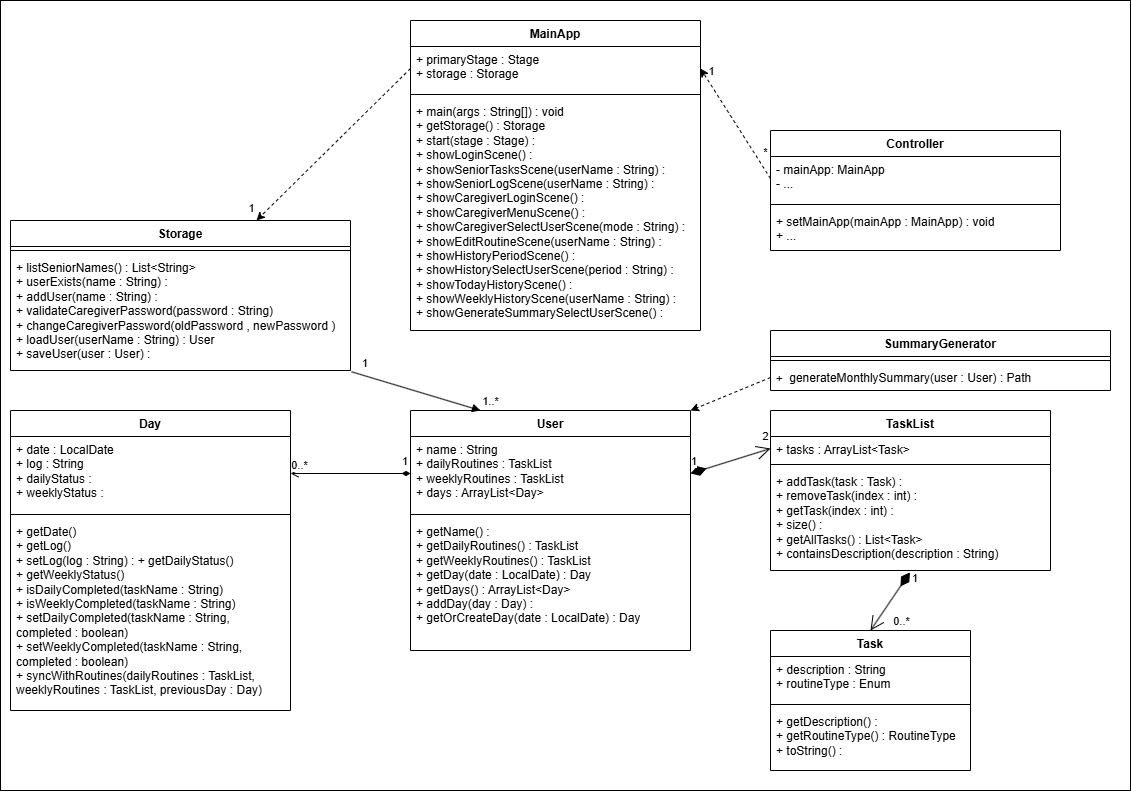
Before: docs/images/Class Diagram.png, a diagram exported from draw.io (TEC-wert11/tp-refork). Source tidied: cells renumbered, new cells last; positions are measured from the earlier drawing's top-left corner, leaving out a move shared by most shapes.
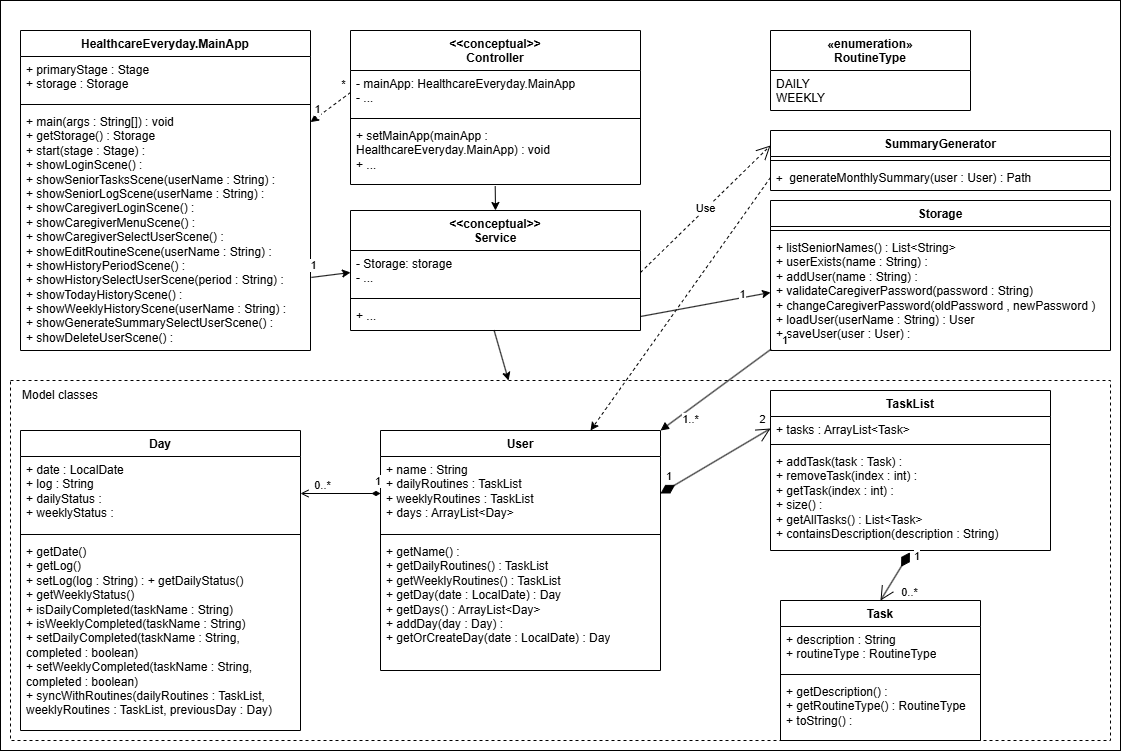
The same diagram one commit later.

Commit message:
Updated class diagram and usecase diagram

The edit, as a diff of the source:
```diff
@@ -3,10 +3,13 @@
     <mxCell id="0" />
     <mxCell id="1" parent="0" />
     <mxCell id="2" style="whiteSpace=wrap;html=1;" parent="1" vertex="1">
-      <mxGeometry width="1130" height="790" as="geometry" />
+      <mxGeometry x="-10" y="-70" width="1120" height="750" as="geometry" />
     </mxCell>
+    <mxCell id="48" style="rounded=0;whiteSpace=wrap;html=1;fillColor=none;dashed=1;" parent="1" vertex="1">
+      <mxGeometry y="310" width="1100" height="360" as="geometry" />
+    </mxCell>
     <mxCell id="3" value="User" style="swimlane;fontStyle=1;align=center;verticalAlign=top;horizontal=1;startSize=26;whiteSpace=wrap;html=1;" parent="1" vertex="1">
-      <mxGeometry x="410" y="410" width="280" height="240" as="geometry" />
+      <mxGeometry x="370" y="360" width="280" height="240" as="geometry" />
     </mxCell>
     <mxCell id="4" value="+&amp;nbsp;&lt;span style=&quot;background-color: transparent;&quot;&gt;name : String&lt;/span&gt;&lt;div&gt;+ dailyRoutines : TaskList&lt;/div&gt;&lt;div&gt;+ weeklyRoutines : TaskList&lt;/div&gt;&lt;span style=&quot;background-color: transparent;&quot;&gt;+ days : ArrayList&amp;lt;Day&amp;gt;&lt;/span&gt;&amp;nbsp;" style="text;strokeColor=none;fillColor=none;align=left;verticalAlign=top;spacingLeft=4;spacingRight=4;overflow=hidden;points=[[0,0.5],[1,0.5]];portConstraint=eastwest;whiteSpace=wrap;html=1;" parent="3" vertex="1">
       <mxGeometry y="26" width="280" height="74" as="geometry" />
@@ -18,9 +21,9 @@
       <mxGeometry y="108" width="280" height="132" as="geometry" />
     </mxCell>
     <mxCell id="7" value="Task" style="swimlane;fontStyle=1;align=center;verticalAlign=top;horizontal=1;startSize=26;whiteSpace=wrap;html=1;" parent="1" vertex="1">
-      <mxGeometry x="770" y="630" width="200" height="140" as="geometry" />
+      <mxGeometry x="770" y="530" width="200" height="140" as="geometry" />
     </mxCell>
-    <mxCell id="8" value="&lt;div&gt;+ description : String&lt;/div&gt;&lt;div&gt;+ routineType : Enum&lt;/div&gt;" style="text;strokeColor=none;fillColor=none;align=left;verticalAlign=top;spacingLeft=4;spacingRight=4;overflow=hidden;whiteSpace=wrap;html=1;" parent="7" vertex="1">
+    <mxCell id="8" value="&lt;div&gt;+ description : String&lt;/div&gt;&lt;div&gt;+ routineType : RoutineType&lt;/div&gt;" style="text;strokeColor=none;fillColor=none;align=left;verticalAlign=top;spacingLeft=4;spacingRight=4;overflow=hidden;whiteSpace=wrap;html=1;" parent="7" vertex="1">
       <mxGeometry y="26" width="200" height="44" as="geometry" />
     </mxCell>
     <mxCell id="9" style="line;strokeWidth=1;fillColor=none;align=left;verticalAlign=middle;spacingTop=-1;spacingLeft=3;spacingRight=3;labelPosition=right;strokeColor=inherit;" parent="7" vertex="1">
@@ -30,7 +33,7 @@
       <mxGeometry y="78" width="200" height="62" as="geometry" />
     </mxCell>
     <mxCell id="11" value="TaskList" style="swimlane;fontStyle=1;align=center;verticalAlign=top;horizontal=1;startSize=26;whiteSpace=wrap;html=1;" parent="1" vertex="1">
-      <mxGeometry x="770" y="410" width="280" height="160" as="geometry" />
+      <mxGeometry x="760" y="320" width="280" height="160" as="geometry" />
     </mxCell>
     <mxCell id="12" value="&lt;div&gt;+&amp;nbsp;tasks : ArrayList&amp;lt;Task&amp;gt;&lt;/div&gt;" style="text;strokeColor=none;fillColor=none;align=left;verticalAlign=top;spacingLeft=4;spacingRight=4;overflow=hidden;points=[[0,0.5],[1,0.5]];portConstraint=eastwest;whiteSpace=wrap;html=1;" parent="11" vertex="1">
       <mxGeometry y="26" width="280" height="24" as="geometry" />
@@ -42,7 +45,7 @@
       <mxGeometry y="58" width="280" height="102" as="geometry" />
     </mxCell>
     <mxCell id="15" value="Day" style="swimlane;fontStyle=1;align=center;verticalAlign=top;horizontal=1;startSize=26;whiteSpace=wrap;html=1;" parent="1" vertex="1">
-      <mxGeometry x="10" y="410" width="280" height="300" as="geometry" />
+      <mxGeometry x="10" y="360" width="280" height="300" as="geometry" />
     </mxCell>
     <mxCell id="16" value="&lt;div&gt;+ date : LocalDate&lt;/div&gt;&lt;div&gt;+ log : String&lt;/div&gt;&lt;div&gt;+ dailyStatus :&amp;nbsp;&lt;/div&gt;&lt;div&gt;+ weeklyStatus :&amp;nbsp;&lt;/div&gt;" style="text;strokeColor=none;fillColor=none;align=left;verticalAlign=top;spacingLeft=4;spacingRight=4;overflow=hidden;points=[[0,0.5],[1,0.5]];portConstraint=eastwest;whiteSpace=wrap;html=1;" parent="15" vertex="1">
       <mxGeometry y="26" width="280" height="74" as="geometry" />
@@ -54,7 +57,7 @@
       <mxGeometry y="108" width="280" height="192" as="geometry" />
     </mxCell>
     <mxCell id="19" value="Storage" style="swimlane;fontStyle=1;align=center;verticalAlign=top;horizontal=1;startSize=26;whiteSpace=wrap;html=1;" parent="1" vertex="1">
-      <mxGeometry x="10" y="220" width="340" height="150" as="geometry" />
+      <mxGeometry x="760" y="130" width="340" height="150" as="geometry" />
     </mxCell>
     <mxCell id="20" style="line;strokeWidth=1;fillColor=none;align=left;verticalAlign=middle;spacingTop=-1;spacingLeft=3;spacingRight=3;labelPosition=right;strokeColor=inherit;" parent="19" vertex="1">
       <mxGeometry y="26" width="340" height="8" as="geometry" />
@@ -63,7 +66,7 @@
       <mxGeometry y="34" width="340" height="116" as="geometry" />
     </mxCell>
     <mxCell id="22" value="SummaryGenerator" style="swimlane;fontStyle=1;align=center;verticalAlign=top;horizontal=1;startSize=26;whiteSpace=wrap;html=1;" parent="1" vertex="1">
-      <mxGeometry x="770" y="330" width="340" height="60" as="geometry" />
+      <mxGeometry x="760" y="60" width="340" height="60" as="geometry" />
     </mxCell>
     <mxCell id="23" style="line;strokeWidth=1;fillColor=none;align=left;verticalAlign=middle;spacingTop=-1;spacingLeft=3;spacingRight=3;labelPosition=right;strokeColor=inherit;" parent="22" vertex="1">
       <mxGeometry y="26" width="340" height="8" as="geometry" />
@@ -71,8 +74,8 @@
     <mxCell id="24" value="&lt;font face=&quot;monospace&quot;&gt;+&amp;nbsp;&lt;/font&gt;generateMonthlySummary(user : User) : Path" style="text;strokeColor=none;fillColor=none;align=left;verticalAlign=top;spacingLeft=4;spacingRight=4;overflow=hidden;points=[[0,0.5],[1,0.5]];portConstraint=eastwest;whiteSpace=wrap;html=1;" parent="22" vertex="1">
       <mxGeometry y="34" width="340" height="26" as="geometry" />
     </mxCell>
-    <mxCell id="25" value="MainApp" style="swimlane;fontStyle=1;align=center;verticalAlign=top;horizontal=1;startSize=26;whiteSpace=wrap;html=1;" parent="1" vertex="1">
-      <mxGeometry x="410" y="20" width="290" height="310" as="geometry" />
+    <mxCell id="25" value="HealthcareEveryday.MainApp" style="swimlane;fontStyle=1;align=center;verticalAlign=top;horizontal=1;startSize=26;whiteSpace=wrap;html=1;" parent="1" vertex="1">
+      <mxGeometry x="10" y="-40" width="290" height="320" as="geometry" />
     </mxCell>
     <mxCell id="26" value="&lt;div&gt;+ primaryStage : Stage&lt;/div&gt;&lt;div&gt;+ storage : Storage&lt;/div&gt;" style="text;strokeColor=none;fillColor=none;align=left;verticalAlign=top;spacingLeft=4;spacingRight=4;overflow=hidden;points=[[0,0.5],[1,0.5]];portConstraint=eastwest;whiteSpace=wrap;html=1;" parent="25" vertex="1">
       <mxGeometry y="26" width="290" height="44" as="geometry" />
@@ -80,20 +83,20 @@
     <mxCell id="27" style="line;strokeWidth=1;fillColor=none;align=left;verticalAlign=middle;spacingTop=-1;spacingLeft=3;spacingRight=3;labelPosition=right;strokeColor=inherit;" parent="25" vertex="1">
       <mxGeometry y="70" width="290" height="8" as="geometry" />
     </mxCell>
-    <mxCell id="28" value="&lt;div&gt;+ main(args : String[]) : void&lt;/div&gt;&lt;div&gt;+ getStorage() : Storage&lt;/div&gt;&lt;div&gt;+ start(stage : Stage) :&amp;nbsp;&lt;/div&gt;&lt;div&gt;+ showLoginScene() :&amp;nbsp;&lt;/div&gt;&lt;div&gt;+ showSeniorTasksScene(userName : String) :&amp;nbsp;&lt;/div&gt;&lt;div&gt;+ showSeniorLogScene(userName : String) :&amp;nbsp;&lt;/div&gt;&lt;div&gt;+ showCaregiverLoginScene() :&amp;nbsp;&lt;/div&gt;&lt;div&gt;+ showCaregiverMenuScene() :&amp;nbsp;&lt;/div&gt;&lt;div&gt;+ showCaregiverSelectUserScene(mode : String) :&amp;nbsp;&lt;/div&gt;&lt;div&gt;+ showEditRoutineScene(userName : String) :&amp;nbsp;&lt;/div&gt;&lt;div&gt;+ showHistoryPeriodScene() :&amp;nbsp;&lt;/div&gt;&lt;div&gt;+ showHistorySelectUserScene(period : String) :&amp;nbsp;&lt;/div&gt;&lt;div&gt;+ showTodayHistoryScene() :&amp;nbsp;&lt;/div&gt;&lt;div&gt;+ showWeeklyHistoryScene(userName : String) :&amp;nbsp;&lt;/div&gt;&lt;div&gt;+ showGenerateSummarySelectUserScene() :&amp;nbsp;&lt;/div&gt;" style="text;strokeColor=none;fillColor=none;align=left;verticalAlign=top;spacingLeft=4;spacingRight=4;overflow=hidden;points=[[0,0.5],[1,0.5]];portConstraint=eastwest;whiteSpace=wrap;html=1;" parent="25" vertex="1">
-      <mxGeometry y="78" width="290" height="232" as="geometry" />
+    <mxCell id="28" value="&lt;div&gt;+ main(args : String[]) : void&lt;/div&gt;&lt;div&gt;+ getStorage() : Storage&lt;/div&gt;&lt;div&gt;+ start(stage : Stage) :&amp;nbsp;&lt;/div&gt;&lt;div&gt;+ showLoginScene() :&amp;nbsp;&lt;/div&gt;&lt;div&gt;+ showSeniorTasksScene(userName : String) :&amp;nbsp;&lt;/div&gt;&lt;div&gt;+ showSeniorLogScene(userName : String) :&amp;nbsp;&lt;/div&gt;&lt;div&gt;+ showCaregiverLoginScene() :&amp;nbsp;&lt;/div&gt;&lt;div&gt;+ showCaregiverMenuScene() :&amp;nbsp;&lt;/div&gt;&lt;div&gt;+ showCaregiverSelectUserScene() :&amp;nbsp;&lt;/div&gt;&lt;div&gt;+ showEditRoutineScene(userName : String) :&amp;nbsp;&lt;/div&gt;&lt;div&gt;+ showHistoryPeriodScene() :&amp;nbsp;&lt;/div&gt;&lt;div&gt;+ showHistorySelectUserScene(period : String) :&amp;nbsp;&lt;/div&gt;&lt;div&gt;+ showTodayHistoryScene() :&amp;nbsp;&lt;/div&gt;&lt;div&gt;+ showWeeklyHistoryScene(userName : String) :&amp;nbsp;&lt;/div&gt;&lt;div&gt;+ showGenerateSummarySelectUserScene() :&amp;nbsp;&lt;/div&gt;&lt;div&gt;+ showDeleteUserScene() :&amp;nbsp;&lt;/div&gt;" style="text;strokeColor=none;fillColor=none;align=left;verticalAlign=top;spacingLeft=4;spacingRight=4;overflow=hidden;points=[[0,0.5],[1,0.5]];portConstraint=eastwest;whiteSpace=wrap;html=1;" parent="25" vertex="1">
+      <mxGeometry y="78" width="290" height="242" as="geometry" />
     </mxCell>
-    <mxCell id="29" value="Controller" style="swimlane;fontStyle=1;align=center;verticalAlign=top;horizontal=1;startSize=26;whiteSpace=wrap;html=1;" parent="1" vertex="1">
-      <mxGeometry x="770" y="130" width="290" height="120" as="geometry" />
+    <mxCell id="29" value="&amp;lt;&amp;lt;conceptual&amp;gt;&amp;gt;&lt;br&gt;Controller" style="swimlane;fontStyle=1;align=center;verticalAlign=top;horizontal=1;startSize=40;whiteSpace=wrap;html=1;" parent="1" vertex="1">
+      <mxGeometry x="340" y="-40" width="290" height="154" as="geometry" />
     </mxCell>
-    <mxCell id="30" value="&lt;div&gt;- mainApp: MainApp&lt;/div&gt;&lt;div&gt;- ...&lt;/div&gt;" style="text;strokeColor=none;fillColor=none;align=left;verticalAlign=top;spacingLeft=4;spacingRight=4;overflow=hidden;points=[[0,0.5],[1,0.5]];portConstraint=eastwest;whiteSpace=wrap;html=1;" parent="29" vertex="1">
-      <mxGeometry y="26" width="290" height="44" as="geometry" />
+    <mxCell id="30" value="&lt;div&gt;- mainApp: HealthcareEveryday.MainApp&lt;/div&gt;&lt;div&gt;- ...&lt;/div&gt;" style="text;strokeColor=none;fillColor=none;align=left;verticalAlign=top;spacingLeft=4;spacingRight=4;overflow=hidden;points=[[0,0.5],[1,0.5]];portConstraint=eastwest;whiteSpace=wrap;html=1;" parent="29" vertex="1">
+      <mxGeometry y="40" width="290" height="44" as="geometry" />
     </mxCell>
     <mxCell id="31" style="line;strokeWidth=1;fillColor=none;align=left;verticalAlign=middle;spacingTop=-1;spacingLeft=3;spacingRight=3;labelPosition=right;strokeColor=inherit;" parent="29" vertex="1">
-      <mxGeometry y="70" width="290" height="8" as="geometry" />
+      <mxGeometry y="84" width="290" height="8" as="geometry" />
     </mxCell>
-    <mxCell id="32" value="+ setMainApp(mainApp : MainApp) : void&lt;div&gt;+ ...&lt;/div&gt;" style="text;strokeColor=none;fillColor=none;align=left;verticalAlign=top;spacingLeft=4;spacingRight=4;overflow=hidden;points=[[0,0.5],[1,0.5]];portConstraint=eastwest;whiteSpace=wrap;html=1;" parent="29" vertex="1">
-      <mxGeometry y="78" width="290" height="42" as="geometry" />
+    <mxCell id="32" value="+ setMainApp(mainApp : HealthcareEveryday.MainApp) : void&lt;div&gt;+ ...&lt;/div&gt;" style="text;strokeColor=none;fillColor=none;align=left;verticalAlign=top;spacingLeft=4;spacingRight=4;overflow=hidden;points=[[0,0.5],[1,0.5]];portConstraint=eastwest;whiteSpace=wrap;html=1;" parent="29" vertex="1">
+      <mxGeometry y="92" width="290" height="62" as="geometry" />
     </mxCell>
     <mxCell id="33" value="1" style="endArrow=open;html=1;endSize=12;startArrow=diamondThin;startSize=14;startFill=1;align=left;verticalAlign=bottom;rounded=0;exitX=0.498;exitY=1.018;exitDx=0;exitDy=0;exitPerimeter=0;entryX=0.5;entryY=0;entryDx=0;entryDy=0;" parent="1" edge="1" source="14" target="7">
       <mxGeometry x="-0.64" y="9" relative="1" as="geometry" />
@@ -104,7 +107,7 @@
       </mxGeometry>
     </mxCell>
     <mxCell id="35" value="1" style="endArrow=open;html=1;endSize=12;startArrow=diamondThin;startSize=14;startFill=1;align=left;verticalAlign=bottom;rounded=0;exitX=1;exitY=0.5;exitDx=0;exitDy=0;entryX=0;entryY=0.5;entryDx=0;entryDy=0;" parent="1" edge="1" source="4" target="12">
-      <mxGeometry x="-1" y="3" relative="1" as="geometry" />
+      <mxGeometry x="-0.87" y="5" relative="1" as="geometry" />
     </mxCell>
     <mxCell id="36" value="2" style="edgeLabel;html=1;align=center;verticalAlign=middle;" parent="35" vertex="1">
       <mxGeometry x="0.88" y="4" relative="1" as="geometry">
@@ -116,10 +119,10 @@
     </mxCell>
     <mxCell id="38" value="0..*" style="edgeLabel;html=1;align=center;verticalAlign=middle;" parent="37" vertex="1">
       <mxGeometry x="0.85" y="-1" relative="1" as="geometry">
-        <mxPoint y="-8" as="offset" />
+        <mxPoint x="15" y="-8" as="offset" />
       </mxGeometry>
     </mxCell>
-    <mxCell id="39" style="endArrow=block;endFill=1;html=1;align=left;verticalAlign=top;rounded=0;exitX=1.003;exitY=1.011;exitDx=0;exitDy=0;exitPerimeter=0;entryX=0.25;entryY=0;entryDx=0;entryDy=0;" parent="1" edge="1" source="21" target="3">
+    <mxCell id="39" style="endArrow=block;endFill=1;html=1;align=left;verticalAlign=top;rounded=0;exitX=0.002;exitY=0.988;exitDx=0;exitDy=0;exitPerimeter=0;entryX=1;entryY=0;entryDx=0;entryDy=0;" parent="1" edge="1" source="21" target="3">
       <mxGeometry x="-1" relative="1" as="geometry" />
     </mxCell>
     <mxCell id="40" value="1" style="edgeLabel;html=1;align=left;verticalAlign=bottom;" parent="39" vertex="1">
@@ -132,10 +135,10 @@
         <mxPoint x="20" y="-6" as="offset" />
       </mxGeometry>
     </mxCell>
-    <mxCell id="42" style="rounded=0;jettySize=auto;html=1;exitX=0;exitY=0.5;exitDx=0;exitDy=0;entryX=1;entryY=0;entryDx=0;entryDy=0;dashed=1;" parent="1" edge="1" source="24" target="3">
+    <mxCell id="42" style="rounded=0;jettySize=auto;html=1;exitX=0;exitY=0.5;exitDx=0;exitDy=0;entryX=0.75;entryY=0;entryDx=0;entryDy=0;dashed=1;" parent="1" edge="1" source="24" target="3">
       <mxGeometry relative="1" as="geometry" />
     </mxCell>
-    <mxCell id="43" style="rounded=0;jettySize=auto;html=1;exitX=0;exitY=0.5;exitDx=0;exitDy=0;dashed=1;" parent="1" edge="1" source="26" target="19">
+    <mxCell id="43" style="rounded=0;jettySize=auto;html=1;entryX=0;entryY=0.5;entryDx=0;entryDy=0;exitX=1;exitY=0.5;exitDx=0;exitDy=0;" parent="1" edge="1" source="54" target="21">
       <mxGeometry relative="1" as="geometry" />
     </mxCell>
     <mxCell id="44" value="1" style="edgeLabel;html=1;align=center;verticalAlign=middle;" parent="43" vertex="1">
@@ -143,12 +146,12 @@
         <mxPoint x="-18" as="offset" />
       </mxGeometry>
     </mxCell>
-    <mxCell id="45" style="rounded=0;jettySize=auto;html=1;exitX=0;exitY=0.5;exitDx=0;exitDy=0;entryX=1;entryY=0.5;entryDx=0;entryDy=0;dashed=1;" parent="1" edge="1" source="30" target="26">
+    <mxCell id="45" style="rounded=0;jettySize=auto;html=1;exitX=0;exitY=0.5;exitDx=0;exitDy=0;dashed=1;" parent="1" edge="1" source="30" target="28">
       <mxGeometry relative="1" as="geometry" />
     </mxCell>
     <mxCell id="46" value="*" style="edgeLabel;html=1;align=center;verticalAlign=middle;" parent="45" vertex="1">
       <mxGeometry x="-0.89" y="2" relative="1" as="geometry">
-        <mxPoint y="-21" as="offset" />
+        <mxPoint x="-6" y="-12" as="offset" />
       </mxGeometry>
     </mxCell>
     <mxCell id="47" value="1" style="edgeLabel;html=1;align=center;verticalAlign=middle;" parent="45" vertex="1">
@@ -156,5 +159,43 @@
         <mxPoint x="2" y="-9" as="offset" />
       </mxGeometry>
     </mxCell>
+    <mxCell id="49" value="«enumeration»&lt;br&gt;RoutineType" style="swimlane;fontStyle=1;align=center;verticalAlign=top;horizontal=1;startSize=40;whiteSpace=wrap;html=1;" parent="1" vertex="1">
+      <mxGeometry x="760" y="-40" width="200" height="80" as="geometry" />
+    </mxCell>
+    <mxCell id="50" value="DAILY&lt;div&gt;WEEKLY&lt;/div&gt;" style="text;strokeColor=none;fillColor=none;align=left;verticalAlign=top;spacingLeft=4;spacingRight=4;overflow=hidden;whiteSpace=wrap;html=1;" parent="49" vertex="1">
+      <mxGeometry y="40" width="200" height="40" as="geometry" />
+    </mxCell>
+    <mxCell id="51" value="&lt;div&gt;&amp;lt;&amp;lt;conceptual&amp;gt;&amp;gt;&lt;/div&gt;Service" style="swimlane;fontStyle=1;align=center;verticalAlign=top;horizontal=1;startSize=40;whiteSpace=wrap;html=1;" parent="1" vertex="1">
+      <mxGeometry x="340" y="140" width="290" height="120" as="geometry" />
+    </mxCell>
+    <mxCell id="52" value="&lt;div&gt;- Storage: storage&amp;nbsp;&lt;/div&gt;&lt;div&gt;- ...&lt;/div&gt;" style="text;strokeColor=none;fillColor=none;align=left;verticalAlign=top;spacingLeft=4;spacingRight=4;overflow=hidden;points=[[0,0.5],[1,0.5]];portConstraint=eastwest;whiteSpace=wrap;html=1;" parent="51" vertex="1">
+      <mxGeometry y="40" width="290" height="44" as="geometry" />
+    </mxCell>
+    <mxCell id="53" style="line;strokeWidth=1;fillColor=none;align=left;verticalAlign=middle;spacingTop=-1;spacingLeft=3;spacingRight=3;labelPosition=right;strokeColor=inherit;" parent="51" vertex="1">
+      <mxGeometry y="84" width="290" height="8" as="geometry" />
+    </mxCell>
+    <mxCell id="54" value="+ ..." style="text;strokeColor=none;fillColor=none;align=left;verticalAlign=top;spacingLeft=4;spacingRight=4;overflow=hidden;points=[[0,0.5],[1,0.5]];portConstraint=eastwest;whiteSpace=wrap;html=1;" parent="51" vertex="1">
+      <mxGeometry y="92" width="290" height="28" as="geometry" />
+    </mxCell>
+    <mxCell id="55" value="Use" style="endArrow=open;endSize=12;dashed=1;html=1;rounded=0;entryX=0;entryY=0.25;entryDx=0;entryDy=0;exitX=1;exitY=0.5;exitDx=0;exitDy=0;" parent="1" edge="1" source="52" target="22">
+      <mxGeometry relative="1" as="geometry" />
+    </mxCell>
+    <mxCell id="56" style="endArrow=classic;html=1;rounded=0;entryX=0.5;entryY=0;entryDx=0;entryDy=0;exitX=0.499;exitY=1.027;exitDx=0;exitDy=0;exitPerimeter=0;startArrow=none;startFill=0;endFill=1;" parent="1" edge="1" source="32" target="51">
+      <mxGeometry relative="1" as="geometry" />
+    </mxCell>
+    <mxCell id="57" style="endArrow=classic;html=1;rounded=0;entryX=0;entryY=0.5;entryDx=0;entryDy=0;exitX=1.003;exitY=0.698;exitDx=0;exitDy=0;exitPerimeter=0;startArrow=none;startFill=0;endFill=1;" parent="1" edge="1" source="28" target="52">
+      <mxGeometry relative="1" as="geometry" />
+    </mxCell>
+    <mxCell id="58" value="1" style="edgeLabel;html=1;align=center;verticalAlign=middle;" parent="57" vertex="1">
+      <mxGeometry x="-0.88" relative="1" as="geometry">
+        <mxPoint y="-12" as="offset" />
+      </mxGeometry>
+    </mxCell>
+    <mxCell id="59" style="endArrow=none;html=1;rounded=0;entryX=0.495;entryY=0.988;entryDx=0;entryDy=0;entryPerimeter=0;startArrow=classic;startFill=1;" parent="1" edge="1" source="48" target="54">
+      <mxGeometry relative="1" as="geometry" />
+    </mxCell>
+    <mxCell id="60" value="&lt;div&gt;Model classes&lt;/div&gt;" style="text;html=1;whiteSpace=wrap;strokeColor=none;fillColor=none;align=center;verticalAlign=middle;rounded=0;" parent="1" vertex="1">
+      <mxGeometry y="310" width="100" height="30" as="geometry" />
+    </mxCell>
   </root>
 </mxGraphModel>
```
